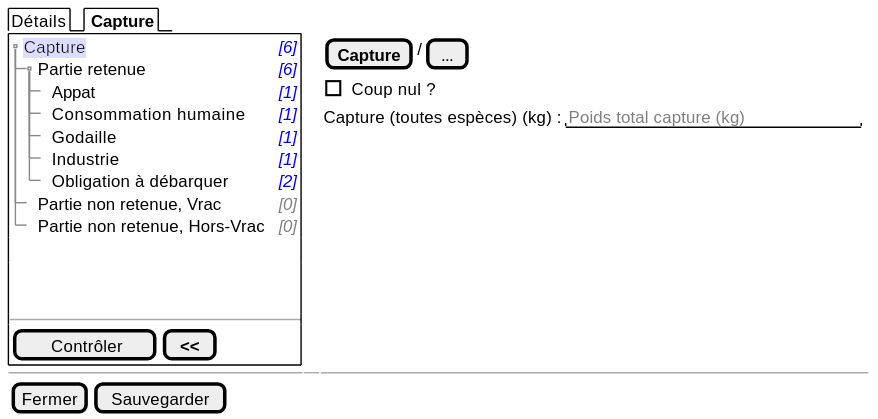
The PlantUML diagram projects/obsmer/spe/images/batch/batch-tree.svg in sumaris-net/sumaris-doc, before a commit.
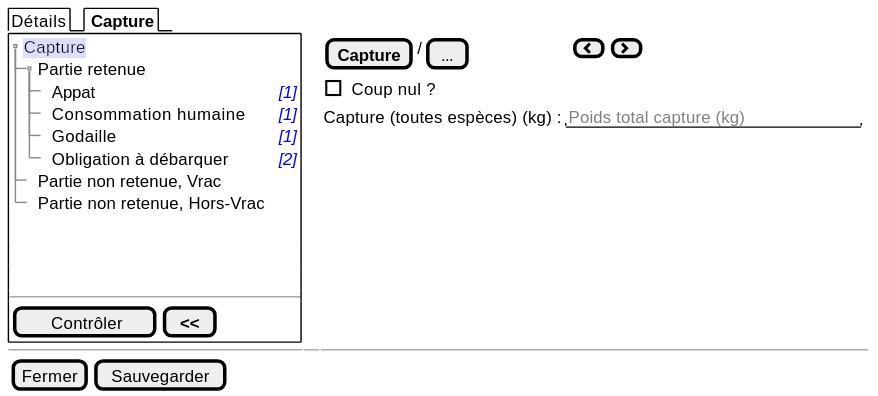
The same diagram one commit later.

What changed in the source:
```diff
@@ -3,15 +3,14 @@
   {/ Détails | <b> Capture }
   {+
    {T
-       + <back:#DDF>Capture    | <i><color:blue>[6]
-       ++ Partie retenue       | <i><color:blue>[6]
+       + <back:#DDF>Capture
+       ++ Partie retenue
        +++ Appat | <i><color:blue>[1]
        +++ Consommation humaine | <i><color:blue>[1]
        +++ Godaille | <i><color:blue>[1]
-       +++ Industrie | <i><color:blue>[1]
        +++ Obligation à débarquer| <i><color:blue>[2]
-       ++ Partie non retenue, Vrac | <i><color:gray>[0]
-       ++ Partie non retenue, Hors-Vrac | <i><color:gray>[0]
+       ++ Partie non retenue, Vrac
+       ++ Partie non retenue, Hors-Vrac
    }
     .
     .
@@ -21,7 +20,7 @@
       [<&checkmark> Contrôler] | [ <b><< ]
    }
   } | . | {
-    { [<b>Capture] | / | [...]}
+    { [<b>Capture] | / | [...] | . | . | . | . | . | . | . | . | . | . | . | . | . | . | [<&chevron-left>] | [<&chevron-right>] }
 
     {[ ] Coup nul ? }
     {Capture (toutes espèces) (kg) : | " <color:gray>Poids total capture (kg) " }
```
